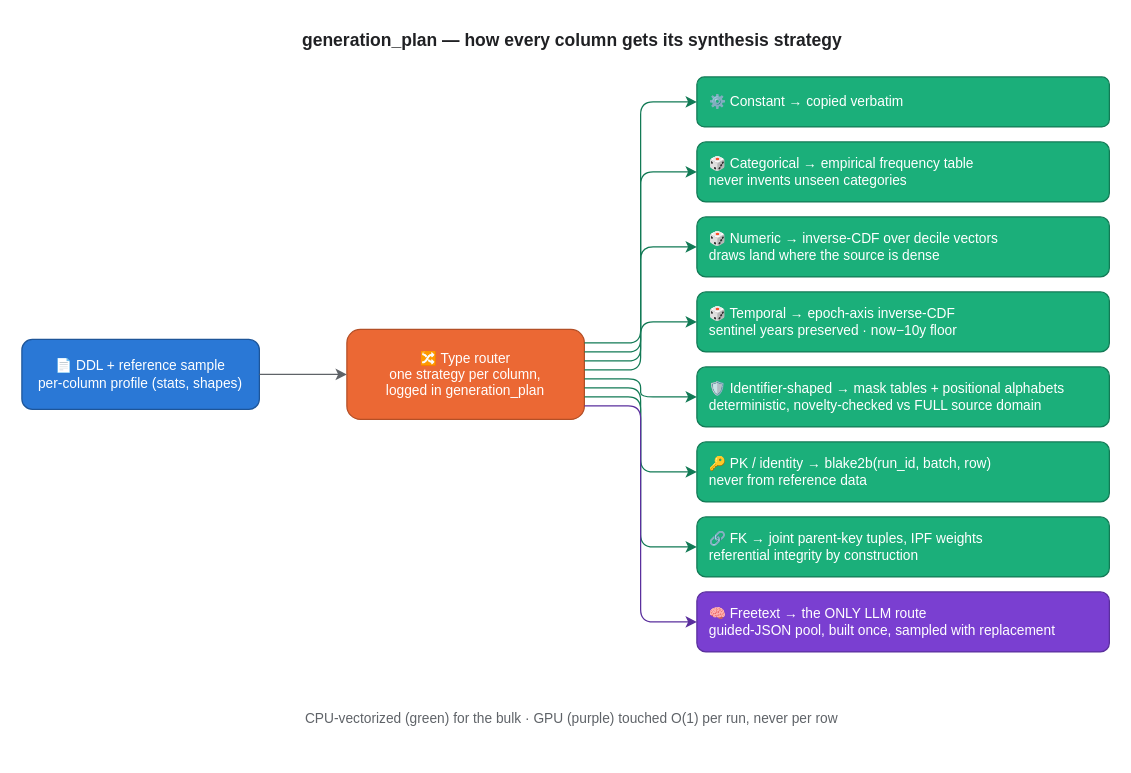
Above: docs/articles/assets/generation-plan-routing.drawio in albertols/synthetic-llm-dataflow-bigquery (draw.io), before the change. Source tidied: cells renumbered, new cells numbered last; positions are measured from the earlier drawing's top-left corner, leaving out a move shared by most shapes. Both pictures are drawn from the tidied source at 125%, with x=0, y=0 at pixel (21, 21).
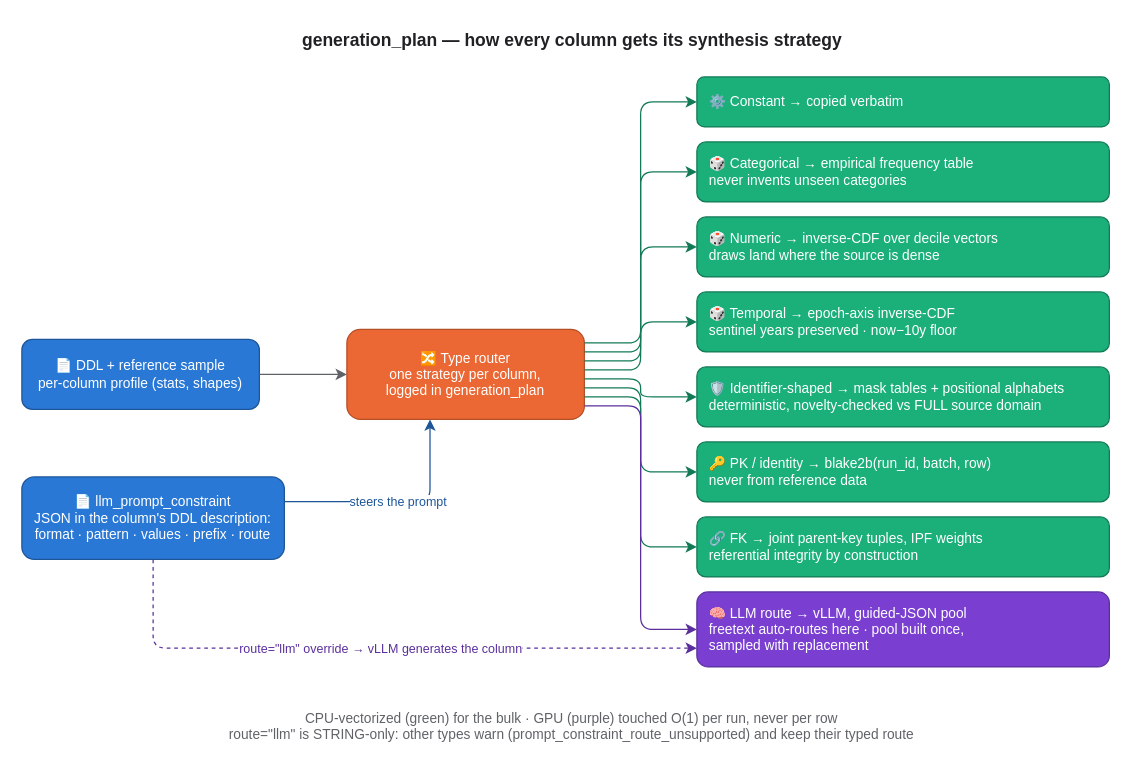
Above is the later version.

Commit message (it also covers changes not shown here):
docs(articles): Article 1 pre-publish pass — retitle, Q&A hook, guardrail HLA, route:llm nuance, Beam firefly

The change refers to these unchanged cells:
```xml
<mxCell id="4" value="🔀 Type router&lt;br&gt;one strategy per column,&lt;br&gt;logged in generation_plan" style="rounded=1;whiteSpace=wrap;html=1;fillColor=#eb6834;fontColor=#ffffff;strokeColor=#b44f26;fontSize=11;" parent="1" vertex="1">
  <mxGeometry x="260" y="246" width="190" height="72" as="geometry" />
</mxCell>
```

What changed in the source:
```diff
@@
-    <mxCell id="12" value="🧠 Freetext → the ONLY LLM route&lt;br&gt;guided-JSON pool, built once, sampled with replacement" style="rounded=1;whiteSpace=wrap;html=1;fillColor=#7a3fd1;fontColor=#ffffff;strokeColor=#5a2f9d;fontSize=11;align=left;spacingLeft=8;" parent="1" vertex="1">
-      <mxGeometry x="540" y="456" width="330" height="48" as="geometry" />
+    <mxCell id="12" value="🧠 LLM route → vLLM, guided-JSON pool&lt;br&gt;freetext auto-routes here · pool built once,&lt;br&gt;sampled with replacement" style="rounded=1;whiteSpace=wrap;html=1;fillColor=#7a3fd1;fontColor=#ffffff;strokeColor=#5a2f9d;fontSize=11;align=left;spacingLeft=8;" parent="1" vertex="1">
+      <mxGeometry x="540" y="456" width="330" height="60" as="geometry" />
     </mxCell>
+    <mxCell id="23" value="📄 llm_prompt_constraint&lt;br&gt;JSON in the column's DDL description:&lt;br&gt;format · pattern · values · prefix · route" style="rounded=1;whiteSpace=wrap;html=1;fillColor=#2a78d6;fontColor=#ffffff;strokeColor=#1d5599;fontSize=11;" parent="1" vertex="1">
+      <mxGeometry y="364" width="210" height="66" as="geometry" />
+    </mxCell>
-    <mxCell id="13" value="CPU-vectorized (green) for the bulk · GPU (purple) touched O(1) per run, never per row" style="text;html=1;align=center;fontSize=11;fontColor=#5f6368;whiteSpace=wrap;" parent="1" vertex="1">
-      <mxGeometry x="140" y="544" width="600" height="24" as="geometry" />
+    <mxCell id="13" value="CPU-vectorized (green) for the bulk · GPU (purple) touched O(1) per run, never per row&lt;br&gt;route=&quot;llm&quot; is STRING-only: other types warn (prompt_constraint_route_unsupported) and keep their typed route" style="text;html=1;align=center;fontSize=11;fontColor=#5f6368;whiteSpace=wrap;" parent="1" vertex="1">
+      <mxGeometry x="80" y="544" width="720" height="40" as="geometry" />
     </mxCell>
+    <mxCell id="24" value="steers the prompt" style="edgeStyle=orthogonalEdgeStyle;rounded=1;html=1;fontSize=10;strokeColor=#1d5599;fontColor=#1d5599;exitX=1;exitY=0.3;entryX=0.35;entryY=1;" parent="1" edge="1" source="23" target="4">
+      <mxGeometry relative="1" as="geometry" />
+    </mxCell>
+    <mxCell id="25" value="route=&quot;llm&quot; override → vLLM generates the column" style="edgeStyle=orthogonalEdgeStyle;rounded=1;html=1;dashed=1;fontSize=10;strokeColor=#5a2f9d;fontColor=#5a2f9d;exitX=0.5;exitY=1;entryX=0;entryY=0.75;" parent="1" edge="1" source="23" target="12">
+      <mxGeometry relative="1" as="geometry" />
+    </mxCell>
```
